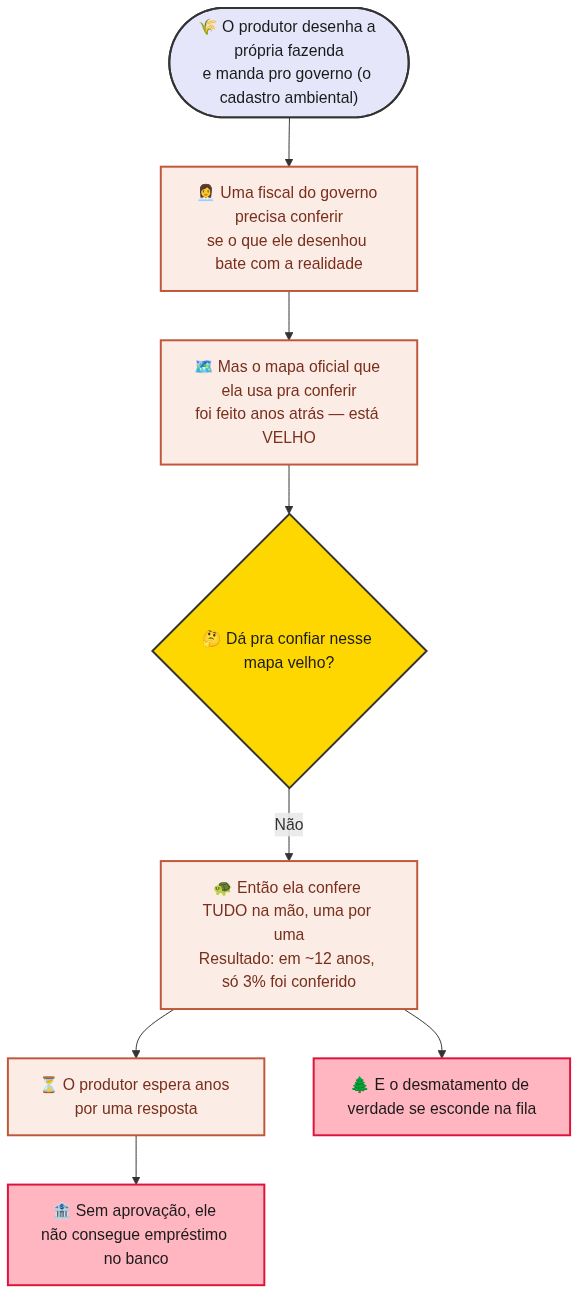
The Mermaid diagram diagrams/simples_01_hoje.png in n0tjohnny/ruralistas-solucao, before a commit. Its source is kept beside it as diagrams/simples_01_hoje.mmd. The source it was exported from:
```mermaid
flowchart TD
    A(["🌾 O produtor desenha a própria fazenda<br/>e manda pro governo (o cadastro ambiental)"]) --> B["👩‍💼 Uma fiscal do governo precisa conferir<br/>se o que ele desenhou bate com a realidade"]
    B --> C["🗺️ Mas o mapa oficial que ela usa pra conferir<br/>foi feito anos atrás — está VELHO"]
    C --> D{"🤔 Dá pra confiar nesse mapa velho?"}
    D -->|"Não"| E["🐢 Então ela confere TUDO na mão, uma por uma<br/>Resultado: em ~12 anos, só 3% foi conferido"]
    E --> F["⏳ O produtor espera anos por uma resposta"]
    F --> G["🏦 Sem aprovação, ele não consegue empréstimo no banco"]
    E --> H["🌲 E o desmatamento de verdade se esconde na fila"]

    classDef start fill:#E6E6FA,stroke:#333,stroke-width:2px,color:#1a1a1a
    classDef step fill:#FBEDE6,stroke:#C0573B,stroke-width:2px,color:#7A2E1C
    classDef decision fill:#FFD700,stroke:#333,stroke-width:2px,color:#1a1a1a
    classDef bad fill:#FFB6C1,stroke:#DC143C,stroke-width:2px,color:#1a1a1a
    class A start
    class B,C,E,F step
    class D decision
    class G,H bad
```
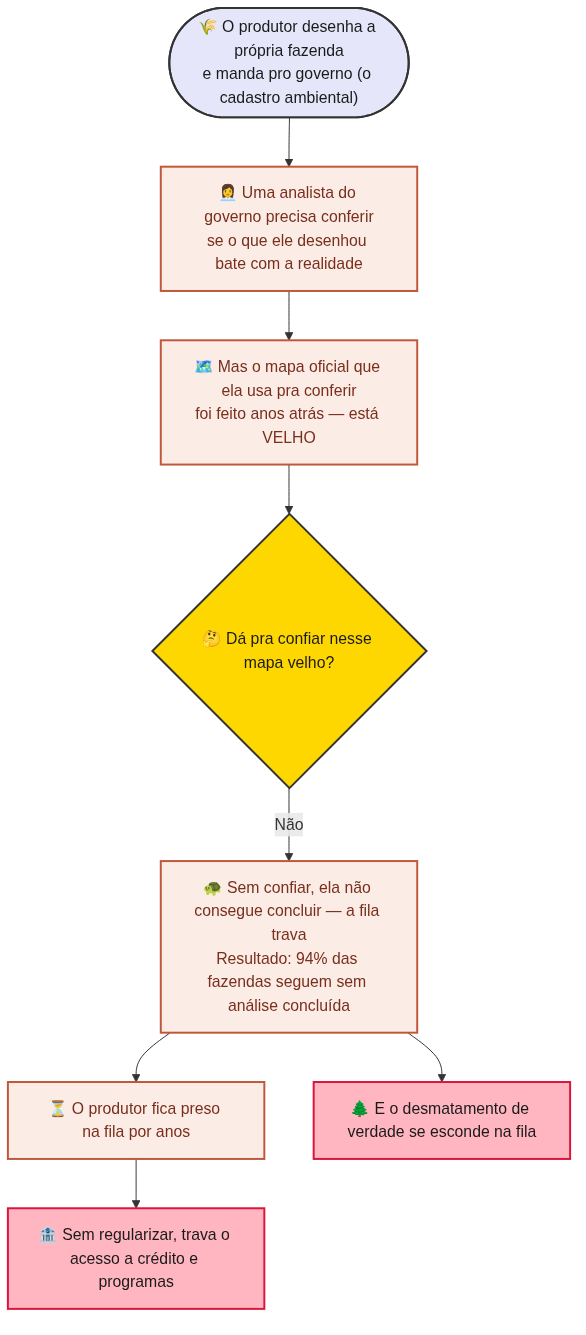
The same diagram one commit later.

What changed in the source:
```diff
@@ -1,10 +1,10 @@
 flowchart TD
-    A(["🌾 O produtor desenha a própria fazenda<br/>e manda pro governo (o cadastro ambiental)"]) --> B["👩‍💼 Uma fiscal do governo precisa conferir<br/>se o que ele desenhou bate com a realidade"]
+    A(["🌾 O produtor desenha a própria fazenda<br/>e manda pro governo (o cadastro ambiental)"]) --> B["👩‍💼 Uma analista do governo precisa conferir<br/>se o que ele desenhou bate com a realidade"]
     B --> C["🗺️ Mas o mapa oficial que ela usa pra conferir<br/>foi feito anos atrás — está VELHO"]
     C --> D{"🤔 Dá pra confiar nesse mapa velho?"}
-    D -->|"Não"| E["🐢 Então ela confere TUDO na mão, uma por uma<br/>Resultado: em ~12 anos, só 3% foi conferido"]
-    E --> F["⏳ O produtor espera anos por uma resposta"]
-    F --> G["🏦 Sem aprovação, ele não consegue empréstimo no banco"]
+    D -->|"Não"| E["🐢 Sem confiar, ela não consegue concluir — a fila trava<br/>Resultado: 94% das fazendas seguem sem análise concluída"]
+    E --> F["⏳ O produtor fica preso na fila por anos"]
+    F --> G["🏦 Sem regularizar, trava o acesso a crédito e programas"]
     E --> H["🌲 E o desmatamento de verdade se esconde na fila"]
 
     classDef start fill:#E6E6FA,stroke:#333,stroke-width:2px,color:#1a1a1a
```
